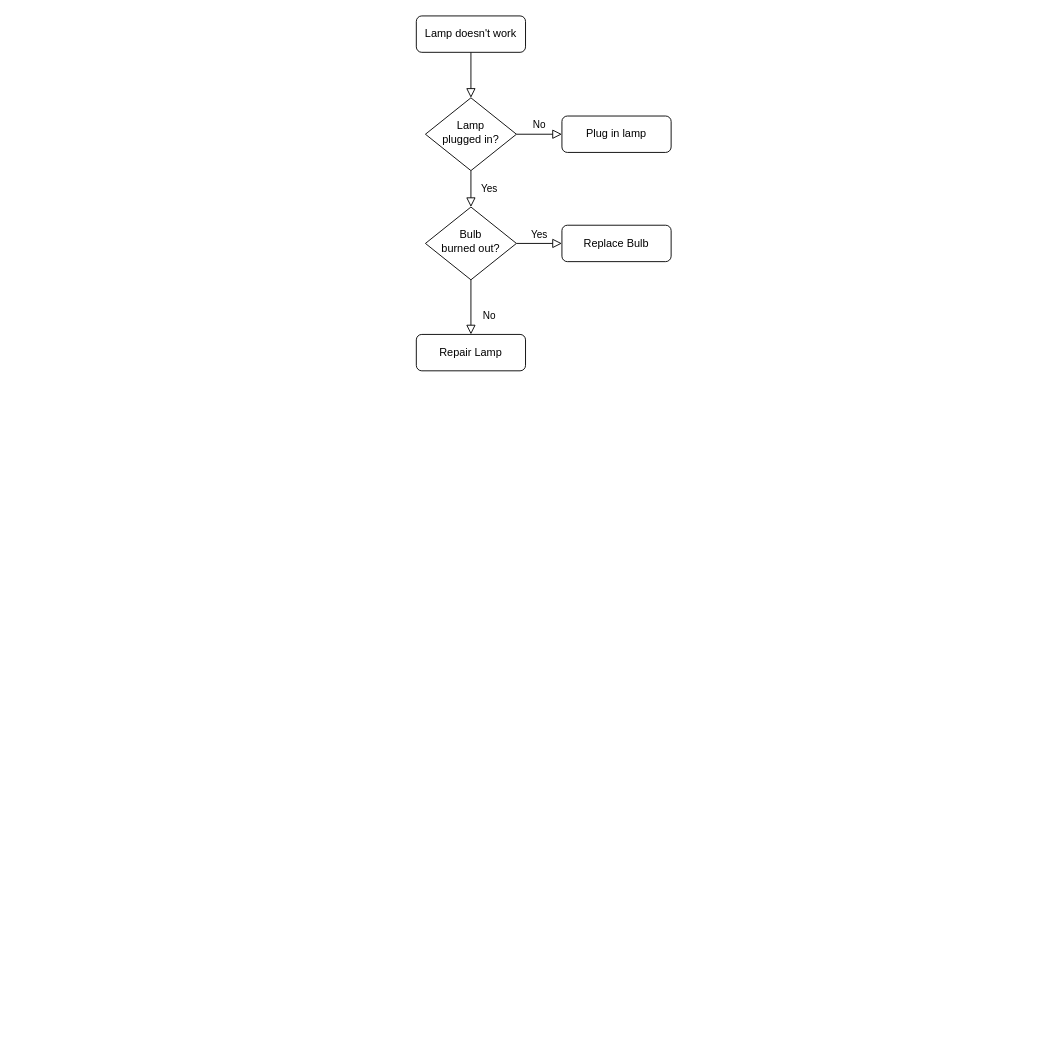
Above: CD_TRADING_SELL_AUTHORIZED_FLOW.drawio in ndhcoder/my-configs (draw.io), before the change. Source tidied: cells renumbered, new cells numbered last; positions are measured from the earlier drawing's top-left corner, leaving out a move shared by most shapes. Both pictures are drawn from the tidied source at 91%, with x=0, y=0 at pixel (416, 15).
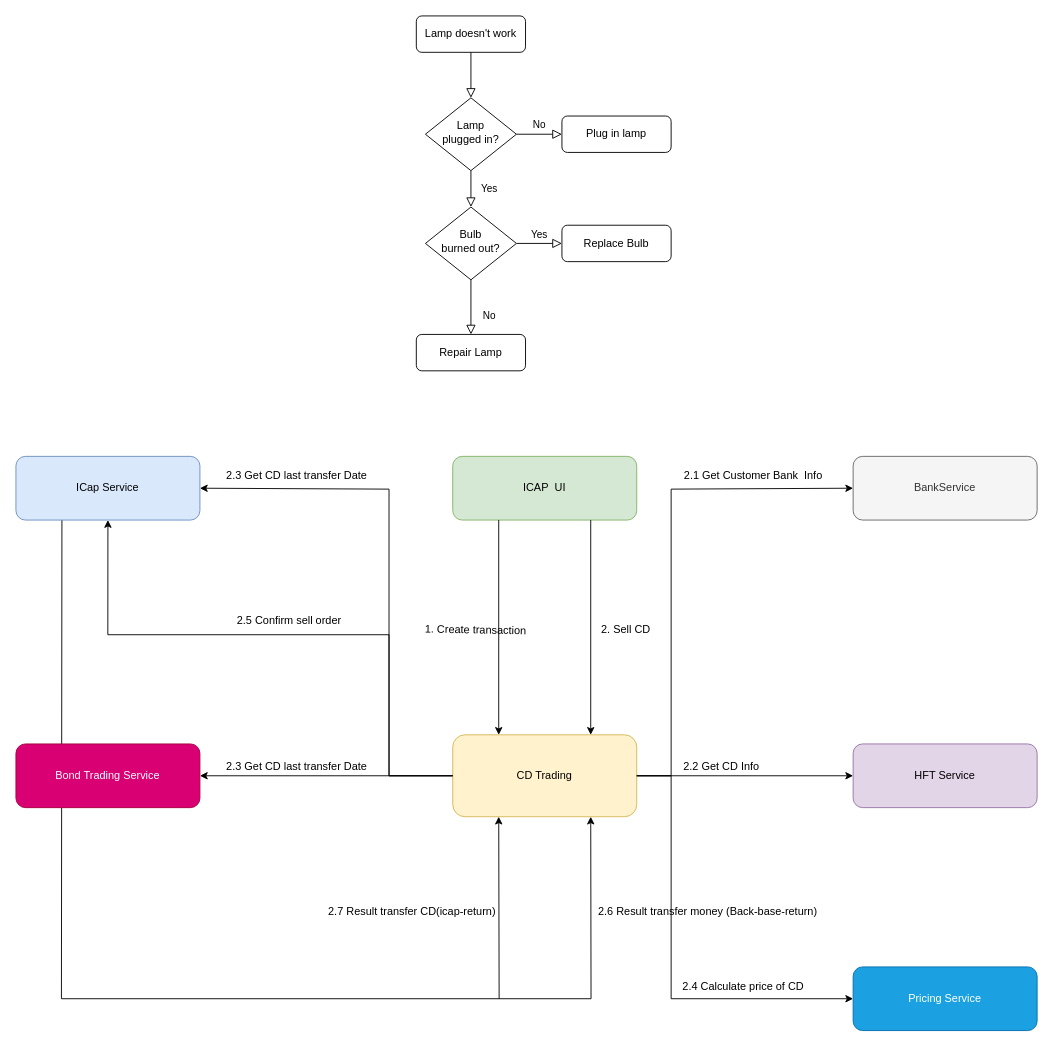
The same diagram, later.

The edit, as a diff of the source:
```diff
@@
+    <mxCell id="13" style="endArrow=classic;html=1;rounded=0;exitX=0.25;exitY=1;exitDx=0;exitDy=0;entryX=0.75;entryY=1;entryDx=0;entryDy=0;" parent="1" edge="1" source="27" target="14">
+      <mxGeometry relative="1" as="geometry">
+        <Array as="points">
+          <mxPoint x="-390" y="1080" />
+          <mxPoint x="192" y="1080" />
+        </Array>
+      </mxGeometry>
+    </mxCell>
@@
+    <mxCell id="14" value="CD Trading" style="rounded=1;whiteSpace=wrap;html=1;fontSize=12;glass=0;strokeWidth=1;shadow=0;fillColor=#fff2cc;strokeColor=#d6b656;" parent="1" vertex="1">
+      <mxGeometry x="40" y="790" width="202.2" height="90" as="geometry" />
+    </mxCell>
+    <mxCell id="15" value="ICAP&amp;nbsp; UI" style="rounded=1;whiteSpace=wrap;html=1;fontSize=12;glass=0;strokeWidth=1;shadow=0;fillColor=#d5e8d4;strokeColor=#82b366;" parent="1" vertex="1">
+      <mxGeometry x="40" y="484" width="202.2" height="70" as="geometry" />
+    </mxCell>
+    <mxCell id="16" style="endArrow=classic;html=1;rounded=0;exitX=0.75;exitY=1;exitDx=0;exitDy=0;entryX=0.75;entryY=0;entryDx=0;entryDy=0;" parent="1" edge="1" source="15" target="14">
+      <mxGeometry relative="1" as="geometry" />
+    </mxCell>
+    <mxCell id="17" value="1. Create transaction" style="text;html=1;align=center;verticalAlign=middle;strokeColor=none;fillColor=none;rotation=1;" parent="1" vertex="1">
+      <mxGeometry y="660" width="130" height="30" as="geometry" />
+    </mxCell>
+    <mxCell id="18" style="endArrow=classic;html=1;rounded=0;entryX=0.25;entryY=0;entryDx=0;entryDy=0;exitX=0.25;exitY=1;exitDx=0;exitDy=0;" parent="1" edge="1" source="15" target="14">
+      <mxGeometry relative="1" as="geometry" />
+    </mxCell>
+    <mxCell id="19" value="2. Sell CD" style="text;html=1;align=center;verticalAlign=middle;strokeColor=none;fillColor=none;rotation=0;" parent="1" vertex="1">
+      <mxGeometry x="190" y="660" width="80" height="30" as="geometry" />
+    </mxCell>
+    <mxCell id="20" value="HFT Service" style="rounded=1;whiteSpace=wrap;html=1;fontSize=12;glass=0;strokeWidth=1;shadow=0;fillColor=#e1d5e7;strokeColor=#9673a6;" parent="1" vertex="1">
+      <mxGeometry x="480" y="800" width="202.2" height="70" as="geometry" />
+    </mxCell>
+    <mxCell id="21" value="BankService" style="rounded=1;whiteSpace=wrap;html=1;fontSize=12;glass=0;strokeWidth=1;shadow=0;fillColor=#f5f5f5;strokeColor=#666666;fontColor=#333333;" parent="1" vertex="1">
+      <mxGeometry x="480" y="484" width="202.2" height="70" as="geometry" />
+    </mxCell>
+    <mxCell id="22" style="endArrow=classic;html=1;rounded=0;exitX=1;exitY=0.5;exitDx=0;exitDy=0;entryX=0;entryY=0.5;entryDx=0;entryDy=0;" parent="1" edge="1" source="14" target="21">
+      <mxGeometry relative="1" as="geometry">
+        <Array as="points">
+          <mxPoint x="280" y="835" />
+          <mxPoint x="280" y="520" />
+        </Array>
+      </mxGeometry>
+    </mxCell>
+    <mxCell id="23" value="2.1 Get Customer Bank&amp;nbsp; Info" style="text;html=1;align=center;verticalAlign=middle;strokeColor=none;fillColor=none;" parent="1" vertex="1">
+      <mxGeometry x="280" y="490" width="180" height="30" as="geometry" />
+    </mxCell>
+    <mxCell id="24" value="Bond Trading Service" style="rounded=1;whiteSpace=wrap;html=1;fontSize=12;glass=0;strokeWidth=1;shadow=0;fillColor=#d80073;fontColor=#ffffff;strokeColor=#A50040;" parent="1" vertex="1">
+      <mxGeometry x="-440" y="800" width="202.2" height="70" as="geometry" />
+    </mxCell>
+    <mxCell id="25" style="endArrow=classic;html=1;rounded=0;exitX=1;exitY=0.5;exitDx=0;exitDy=0;entryX=0;entryY=0.5;entryDx=0;entryDy=0;" parent="1" edge="1" source="14" target="20">
+      <mxGeometry relative="1" as="geometry" />
+    </mxCell>
+    <mxCell id="26" value="2.2 Get CD Info" style="text;html=1;align=center;verticalAlign=middle;strokeColor=none;fillColor=none;" parent="1" vertex="1">
+      <mxGeometry x="280" y="810" width="110" height="30" as="geometry" />
+    </mxCell>
+    <mxCell id="27" value="ICap Service" style="rounded=1;whiteSpace=wrap;html=1;fontSize=12;glass=0;strokeWidth=1;shadow=0;fillColor=#dae8fc;strokeColor=#6c8ebf;" parent="1" vertex="1">
+      <mxGeometry x="-440" y="484" width="202.2" height="70" as="geometry" />
+    </mxCell>
+    <mxCell id="28" style="endArrow=classic;html=1;rounded=0;exitX=0;exitY=0.5;exitDx=0;exitDy=0;" parent="1" edge="1" source="14" target="24">
+      <mxGeometry relative="1" as="geometry" />
+    </mxCell>
+    <mxCell id="29" style="endArrow=classic;html=1;rounded=0;exitX=0;exitY=0.5;exitDx=0;exitDy=0;entryX=1;entryY=0.5;entryDx=0;entryDy=0;" parent="1" edge="1" source="14" target="27">
+      <mxGeometry relative="1" as="geometry">
+        <Array as="points">
+          <mxPoint x="-30" y="835" />
+          <mxPoint x="-30" y="520" />
+        </Array>
+      </mxGeometry>
+    </mxCell>
+    <mxCell id="30" value="2.3 Get CD last transfer Date&amp;nbsp;" style="text;html=1;align=center;verticalAlign=middle;strokeColor=none;fillColor=none;" parent="1" vertex="1">
+      <mxGeometry x="-220" y="490" width="180" height="30" as="geometry" />
+    </mxCell>
+    <mxCell id="31" value="2.3 Get CD last transfer Date&amp;nbsp;" style="text;html=1;align=center;verticalAlign=middle;strokeColor=none;fillColor=none;" parent="1" vertex="1">
+      <mxGeometry x="-220" y="810" width="180" height="30" as="geometry" />
+    </mxCell>
+    <mxCell id="32" value="Pricing Service" style="rounded=1;whiteSpace=wrap;html=1;fontSize=12;glass=0;strokeWidth=1;shadow=0;fillColor=#1ba1e2;fontColor=#ffffff;strokeColor=#006EAF;" parent="1" vertex="1">
+      <mxGeometry x="480" y="1045" width="202.2" height="70" as="geometry" />
+    </mxCell>
+    <mxCell id="33" style="endArrow=classic;html=1;rounded=0;entryX=0;entryY=0.5;entryDx=0;entryDy=0;exitX=1;exitY=0.5;exitDx=0;exitDy=0;" parent="1" edge="1" source="14" target="32">
+      <mxGeometry relative="1" as="geometry">
+        <Array as="points">
+          <mxPoint x="280" y="835" />
+          <mxPoint x="280" y="1080" />
+        </Array>
+      </mxGeometry>
+    </mxCell>
+    <mxCell id="34" value="2.4 Calculate price of CD" style="text;html=1;align=center;verticalAlign=middle;strokeColor=none;fillColor=none;" parent="1" vertex="1">
+      <mxGeometry x="279" y="1052" width="160" height="30" as="geometry" />
+    </mxCell>
+    <mxCell id="35" style="endArrow=classic;html=1;rounded=0;exitX=0;exitY=0.5;exitDx=0;exitDy=0;entryX=0.5;entryY=1;entryDx=0;entryDy=0;" parent="1" edge="1" source="14" target="27">
+      <mxGeometry relative="1" as="geometry">
+        <Array as="points">
+          <mxPoint x="-30" y="835" />
+          <mxPoint x="-30" y="680" />
+          <mxPoint x="-339" y="680" />
+        </Array>
+      </mxGeometry>
+    </mxCell>
+    <mxCell id="36" value="2.5 Confirm sell order" style="text;html=1;align=center;verticalAlign=middle;strokeColor=none;fillColor=none;" parent="1" vertex="1">
+      <mxGeometry x="-210" y="650" width="140" height="30" as="geometry" />
+    </mxCell>
+    <mxCell id="37" style="endArrow=classic;html=1;rounded=0;entryX=0.25;entryY=1;entryDx=0;entryDy=0;" parent="1" edge="1" target="14">
+      <mxGeometry relative="1" as="geometry">
+        <mxPoint x="91" y="1080" as="sourcePoint" />
+      </mxGeometry>
+    </mxCell>
+    <mxCell id="38" value="2.6 Result transfer money (Back-base-return)" style="text;html=1;align=center;verticalAlign=middle;strokeColor=none;fillColor=none;rotation=0;" parent="1" vertex="1">
+      <mxGeometry x="190" y="970" width="260" height="30" as="geometry" />
+    </mxCell>
+    <mxCell id="39" value="2.7 Result transfer CD(icap-return)" style="text;html=1;align=center;verticalAlign=middle;strokeColor=none;fillColor=none;rotation=0;" parent="1" vertex="1">
+      <mxGeometry x="-110" y="970" width="210" height="30" as="geometry" />
+    </mxCell>
```
